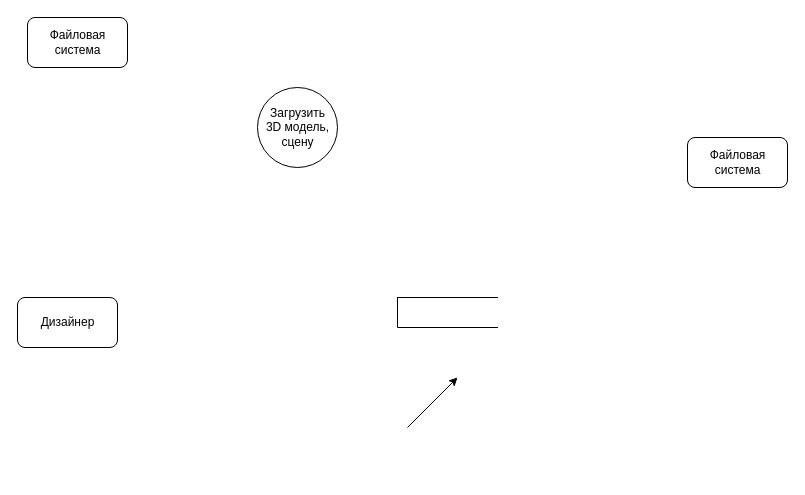
SheinEA/gb_architect keeps this draw.io diagram as module_2/DFD.drawio. Above is the earlier version. Source tidied: cells renumbered, new cells numbered last; positions are measured from the earlier drawing's top-left corner, leaving out a move shared by most shapes. Both pictures are drawn from the tidied source at 100%, with x=0, y=0 at pixel (17, 17).
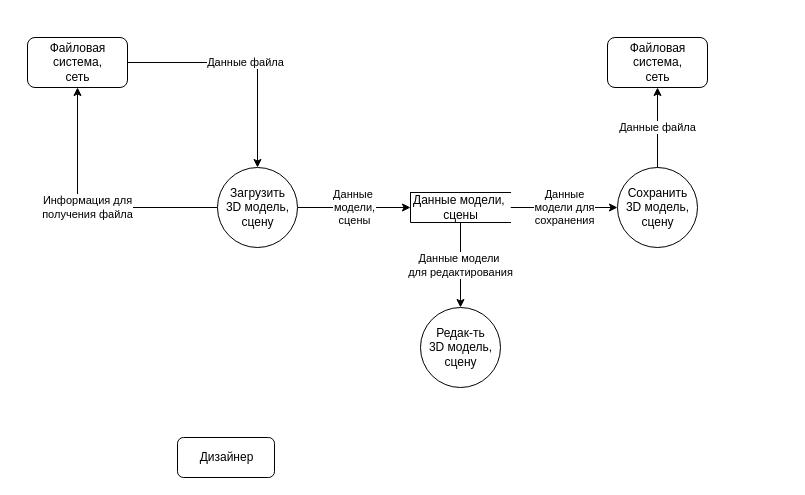
The same page after the edit.

Diff of the diagram source:
```diff
@@
 <mxGraphModel>
   <root>
     <mxCell id="0" />
     <mxCell id="1" parent="0" />
+    <mxCell id="8" value="Информация для&lt;br&gt;получения файла" style="edgeStyle=orthogonalEdgeStyle;rounded=0;jettySize=auto;html=1;" parent="1" edge="1" source="2" target="5">
+      <mxGeometry relative="1" as="geometry" />
+    </mxCell>
+    <mxCell id="9" value="Данные&amp;nbsp;&lt;br&gt;модели,&lt;br&gt;сцены" style="edgeStyle=orthogonalEdgeStyle;rounded=0;jettySize=auto;html=1;" parent="1" edge="1" source="2" target="3">
+      <mxGeometry relative="1" as="geometry" />
+    </mxCell>
     <mxCell id="2" value="&lt;span&gt;Загрузить &lt;br&gt;3D модель, &lt;br&gt;сцену&lt;/span&gt;" style="shape=ellipse;html=1;dashed=0;whitespace=wrap;perimeter=ellipsePerimeter;" parent="1" vertex="1">
-      <mxGeometry x="240" y="70" width="80" height="80" as="geometry" />
+      <mxGeometry x="200" y="150" width="80" height="80" as="geometry" />
     </mxCell>
+    <mxCell id="10" value="Данные модели&amp;nbsp;&lt;br&gt;для редактирования" style="edgeStyle=orthogonalEdgeStyle;rounded=0;jettySize=auto;html=1;" parent="1" edge="1" source="3" target="13">
+      <mxGeometry relative="1" as="geometry" />
+    </mxCell>
+    <mxCell id="11" value="Данные &lt;br&gt;модели для&lt;br&gt;сохранения&lt;br&gt;" style="edgeStyle=orthogonalEdgeStyle;rounded=0;jettySize=auto;html=1;" parent="1" edge="1" source="3" target="15">
+      <mxGeometry relative="1" as="geometry" />
+    </mxCell>
-    <mxCell id="3" style="html=1;dashed=0;whitespace=wrap;shape=partialRectangle;right=0;" parent="1" vertex="1">
-      <mxGeometry x="380" y="280" width="100" height="30" as="geometry" />
+    <mxCell id="3" value="Данные модели,&amp;nbsp;&lt;br&gt;сцены" style="html=1;dashed=0;whitespace=wrap;shape=partialRectangle;right=0;" parent="1" vertex="1">
+      <mxGeometry x="393" y="175" width="100" height="30" as="geometry" />
     </mxCell>
-    <mxCell id="4" style="endArrow=classic;html=1;" parent="1" edge="1">
-      <mxGeometry relative="1" as="geometry">
-        <mxPoint x="390" y="410" as="sourcePoint" />
-        <mxPoint x="440" y="360" as="targetPoint" />
-      </mxGeometry>
-    </mxCell>
+    <mxCell id="12" value="Данные файла" style="edgeStyle=orthogonalEdgeStyle;rounded=0;jettySize=auto;html=1;" parent="1" edge="1" source="5" target="2">
+      <mxGeometry relative="1" as="geometry" />
+    </mxCell>
-    <mxCell id="5" value="Файловая &lt;br&gt;система" style="html=1;dashed=0;whitespace=wrap;rounded=1;" parent="1" vertex="1">
-      <mxGeometry x="10" width="100" height="50" as="geometry" />
+    <mxCell id="5" value="Файловая &lt;br&gt;система,&lt;br&gt;сеть" style="html=1;dashed=0;whitespace=wrap;rounded=1;" parent="1" vertex="1">
+      <mxGeometry x="10" y="20" width="100" height="50" as="geometry" />
     </mxCell>
-    <mxCell id="6" value="Файловая &lt;br&gt;система" style="html=1;dashed=0;whitespace=wrap;rounded=1;" parent="1" vertex="1">
-      <mxGeometry x="670" y="120" width="100" height="50" as="geometry" />
+    <mxCell id="6" value="Файловая&lt;br&gt;система,&lt;br&gt;сеть" style="html=1;dashed=0;whitespace=wrap;rounded=1;" parent="1" vertex="1">
+      <mxGeometry x="590" y="20" width="100" height="50" as="geometry" />
     </mxCell>
     <mxCell id="7" value="Дизайнер" style="html=1;dashed=0;whitespace=wrap;rounded=1;" parent="1" vertex="1">
-      <mxGeometry y="280" width="100" height="50" as="geometry" />
+      <mxGeometry x="160" y="420" width="97" height="40" as="geometry" />
     </mxCell>
+    <mxCell id="13" value="&lt;span style=&quot;font-family: &amp;#34;helvetica&amp;#34;&quot;&gt;Редак-ть&lt;br&gt;3D модель, &lt;br&gt;сцену&lt;/span&gt;" style="shape=ellipse;html=1;dashed=0;whitespace=wrap;perimeter=ellipsePerimeter;" parent="1" vertex="1">
+      <mxGeometry x="403" y="290" width="80" height="80" as="geometry" />
+    </mxCell>
+    <mxCell id="14" value="Данные файла" style="edgeStyle=orthogonalEdgeStyle;rounded=0;jettySize=auto;html=1;" parent="1" edge="1" source="15" target="6">
+      <mxGeometry relative="1" as="geometry" />
+    </mxCell>
+    <mxCell id="15" value="&lt;span style=&quot;font-family: &amp;#34;helvetica&amp;#34;&quot;&gt;Сохранить &lt;br&gt;3D модель, &lt;br&gt;сцену&lt;/span&gt;" style="shape=ellipse;html=1;dashed=0;whitespace=wrap;perimeter=ellipsePerimeter;" parent="1" vertex="1">
+      <mxGeometry x="600" y="150" width="80" height="80" as="geometry" />
+    </mxCell>
   </root>
 </mxGraphModel>
```
